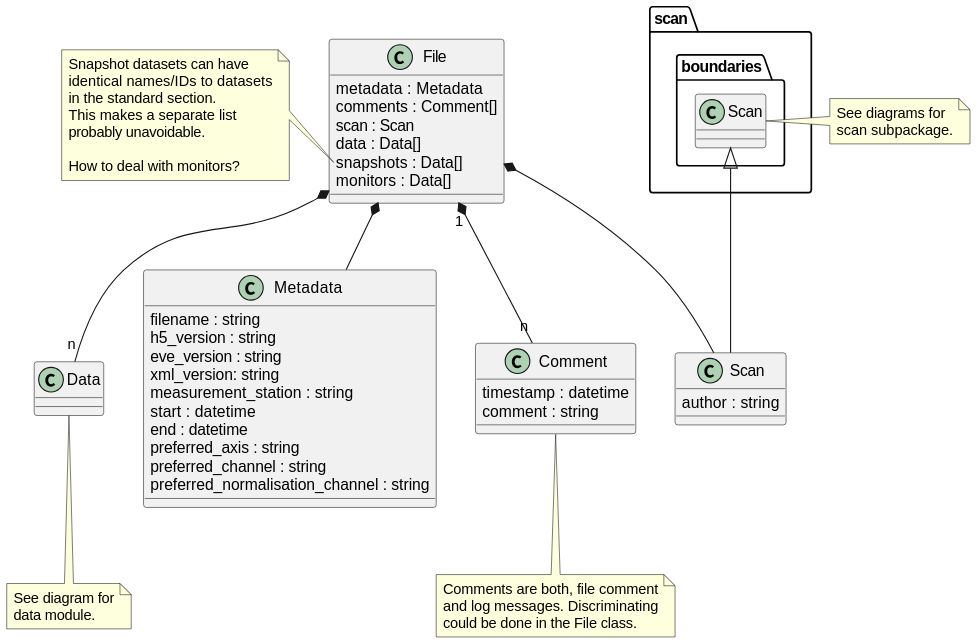
The PlantUML diagram docs/uml/evedata.evefile.file.svg in tillbiskup/evedata, before a commit. Source of this version:
```plantuml
@startuml
class File {
    metadata : Metadata
    comments : Comment[]
    scan : Scan
    data : Data[]
    snapshots : Data[]
    monitors : Data[]
}
note left of File::snapshots
    Snapshot datasets can have
    identical names/IDs to datasets
    in the standard section.
    This makes a separate list
    probably unavoidable.

    How to deal with monitors?
end note

File *-- "n" Data
note bottom: See diagram for\ndata module.

class Metadata{
    filename : string
    h5_version : string
    eve_version : string
    xml_version: string
    measurement_station : string
    start : datetime
    end : datetime
    preferred_axis : string
    preferred_channel : string
    preferred_normalisation_channel : string
}

class Comment {
    timestamp : datetime
    comment : string
}
note bottom of Comment
    Comments are both, file comment
    and log messages. Discriminating
    could be done in the File class.
end note

class Scan extends scan.boundaries.Scan {
    author : string
}
note right: See diagrams for\nscan subpackage.

File *-- Metadata
File "1" *-- "n" Comment
File *-- Scan
@enduml
```
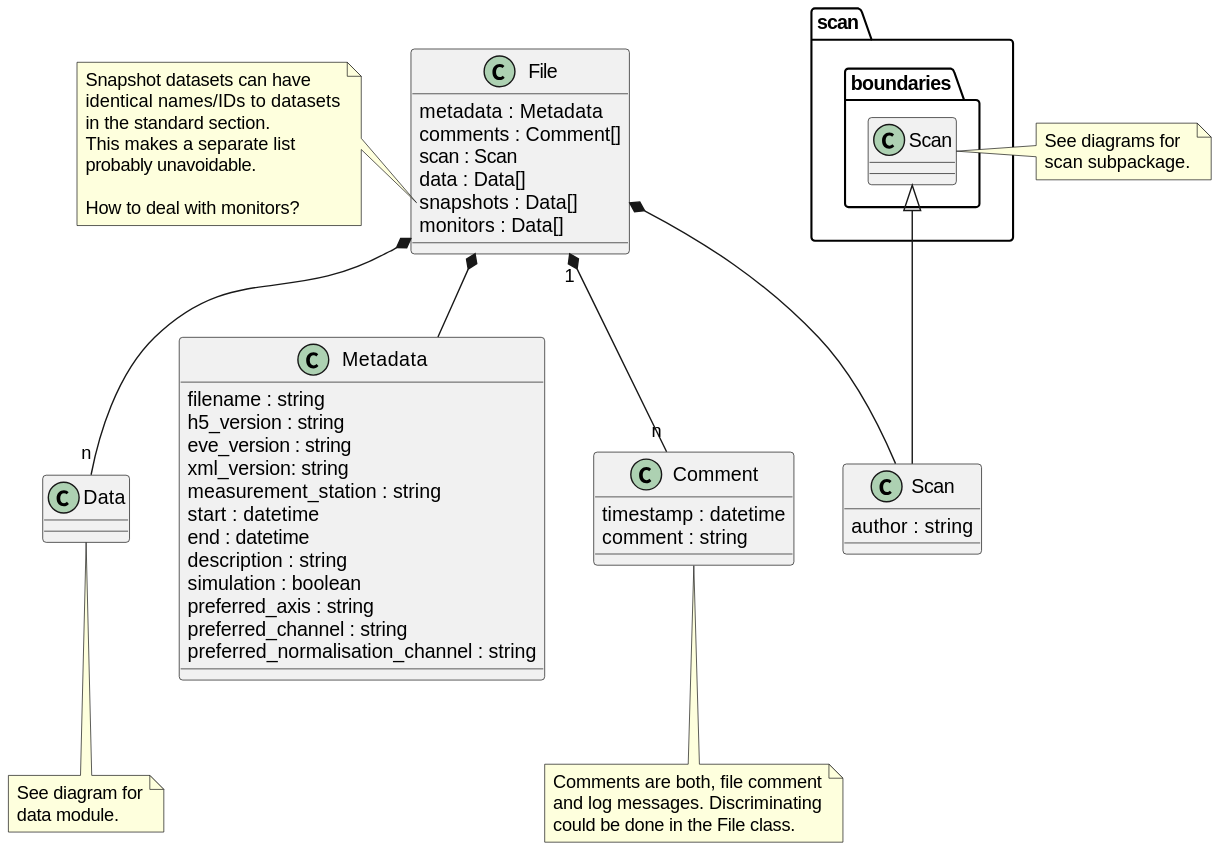
The same file after the commit.

What changed in the source:
```diff
@@ -28,6 +28,8 @@
     measurement_station : string
     start : datetime
     end : datetime
+    description : string
+    simulation : boolean
     preferred_axis : string
     preferred_channel : string
     preferred_normalisation_channel : string
```
